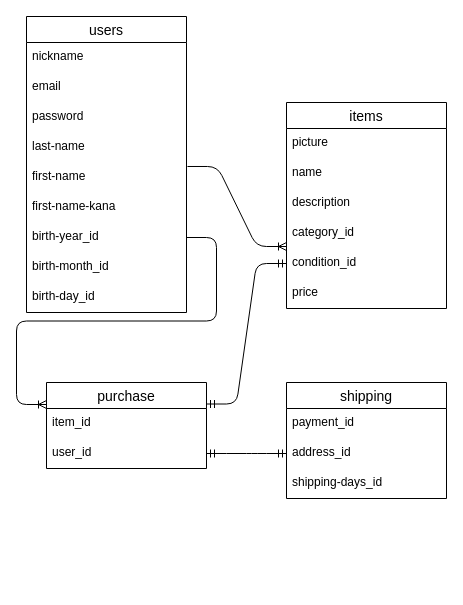
This is app/views/test.dio from misuzuebihara/furima-41478, a draw.io file, before an edit. Source tidied: cells renumbered, new cells numbered last; positions are measured from the earlier drawing's top-left corner, leaving out a move shared by most shapes. Both pictures are drawn from the tidied source at 100%, with x=0, y=0 at pixel (26, 16).
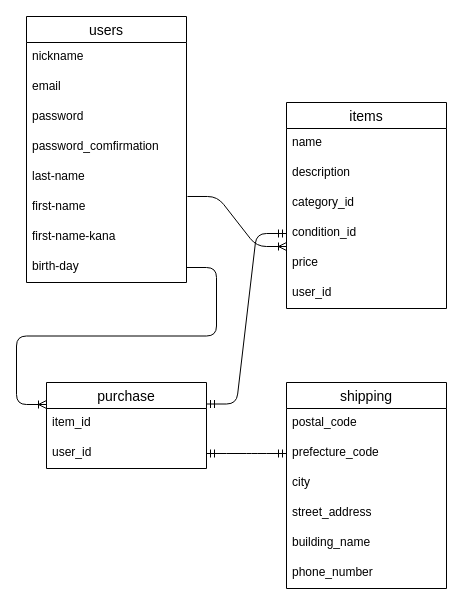
After the change.

The change refers to these unchanged cells:
```xml
<mxCell id="12" value="items" style="swimlane;fontStyle=0;horizontal=1;startSize=26;align=center;fontSize=14;" parent="1" vertex="1">
  <mxGeometry x="260" y="86" width="160" height="206" as="geometry" />
</mxCell>
```

Change to the diagram source:
```diff
@@
     <mxCell id="2" value="users" style="swimlane;fontStyle=0;horizontal=1;startSize=26;align=center;fontSize=14;" parent="1" vertex="1">
-      <mxGeometry width="160" height="296" as="geometry" />
+      <mxGeometry width="160" height="266" as="geometry" />
     </mxCell>
@@
+    <mxCell id="30" value="password_comfirmation" style="text;strokeColor=none;fillColor=none;spacingLeft=4;spacingRight=4;overflow=hidden;fontSize=12;" parent="2" vertex="1">
+      <mxGeometry y="116" width="160" height="30" as="geometry" />
+    </mxCell>
     <mxCell id="6" value="last-name" style="text;strokeColor=none;fillColor=none;spacingLeft=4;spacingRight=4;overflow=hidden;fontSize=12;" parent="2" vertex="1">
-      <mxGeometry y="116" width="160" height="30" as="geometry" />
+      <mxGeometry y="146" width="160" height="30" as="geometry" />
     </mxCell>
     <mxCell id="7" value="first-name" style="text;strokeColor=none;fillColor=none;spacingLeft=4;spacingRight=4;overflow=hidden;points=[[0,0.5],[1,0.5]];portConstraint=eastwest;fontSize=12;" parent="2" vertex="1">
-      <mxGeometry y="146" width="160" height="30" as="geometry" />
+      <mxGeometry y="176" width="160" height="30" as="geometry" />
     </mxCell>
     <mxCell id="8" value="first-name-kana" style="text;strokeColor=none;fillColor=none;spacingLeft=4;spacingRight=4;overflow=hidden;fontSize=12;" parent="2" vertex="1">
-      <mxGeometry y="176" width="160" height="30" as="geometry" />
+      <mxGeometry y="206" width="160" height="30" as="geometry" />
     </mxCell>
-    <mxCell id="9" value="birth-year_id" style="text;strokeColor=none;fillColor=none;spacingLeft=4;spacingRight=4;overflow=hidden;points=[[0,0.5],[1,0.5]];portConstraint=eastwest;fontSize=12;" parent="2" vertex="1">
-      <mxGeometry y="206" width="160" height="30" as="geometry" />
-    </mxCell>
-    <mxCell id="10" value="birth-month_id" style="text;strokeColor=none;fillColor=none;spacingLeft=4;spacingRight=4;overflow=hidden;fontSize=12;" parent="2" vertex="1">
-      <mxGeometry y="236" width="160" height="30" as="geometry" />
-    </mxCell>
-    <mxCell id="11" value="birth-day_id" style="text;strokeColor=none;fillColor=none;spacingLeft=4;spacingRight=4;overflow=hidden;fontSize=12;" parent="2" vertex="1">
-      <mxGeometry y="266" width="160" height="30" as="geometry" />
+    <mxCell id="11" value="birth-day" style="text;strokeColor=none;fillColor=none;spacingLeft=4;spacingRight=4;overflow=hidden;fontSize=12;" parent="2" vertex="1">
+      <mxGeometry y="236" width="160" height="30" as="geometry" />
     </mxCell>
@@
-    <mxCell id="13" value="picture" style="text;strokeColor=none;fillColor=none;spacingLeft=4;spacingRight=4;overflow=hidden;fontSize=12;" parent="12" vertex="1">
-      <mxGeometry y="26" width="160" height="30" as="geometry" />
-    </mxCell>
     <mxCell id="14" value="name" style="text;strokeColor=none;fillColor=none;spacingLeft=4;spacingRight=4;overflow=hidden;fontSize=12;" parent="12" vertex="1">
-      <mxGeometry y="56" width="160" height="30" as="geometry" />
+      <mxGeometry y="26" width="160" height="30" as="geometry" />
     </mxCell>
     <mxCell id="15" value="description" style="text;strokeColor=none;fillColor=none;spacingLeft=4;spacingRight=4;overflow=hidden;fontSize=12;" parent="12" vertex="1">
-      <mxGeometry y="86" width="160" height="30" as="geometry" />
+      <mxGeometry y="56" width="160" height="30" as="geometry" />
     </mxCell>
     <mxCell id="16" value="category_id" style="text;strokeColor=none;fillColor=none;spacingLeft=4;spacingRight=4;overflow=hidden;fontSize=12;" parent="12" vertex="1">
-      <mxGeometry y="116" width="160" height="30" as="geometry" />
+      <mxGeometry y="86" width="160" height="30" as="geometry" />
     </mxCell>
     <mxCell id="17" value="condition_id" style="text;strokeColor=none;fillColor=none;spacingLeft=4;spacingRight=4;overflow=hidden;points=[[0,0.5],[1,0.5]];portConstraint=eastwest;fontSize=12;" parent="12" vertex="1">
-      <mxGeometry y="146" width="160" height="30" as="geometry" />
+      <mxGeometry y="116" width="160" height="30" as="geometry" />
     </mxCell>
     <mxCell id="18" value="price" style="text;strokeColor=none;fillColor=none;spacingLeft=4;spacingRight=4;overflow=hidden;fontSize=12;" parent="12" vertex="1">
-      <mxGeometry y="176" width="160" height="30" as="geometry" />
+      <mxGeometry y="146" width="160" height="30" as="geometry" />
     </mxCell>
+    <mxCell id="31" value="user_id" style="text;strokeColor=none;fillColor=none;spacingLeft=4;spacingRight=4;overflow=hidden;fontSize=12;" parent="12" vertex="1">
+      <mxGeometry y="176" width="160" height="30" as="geometry" />
+    </mxCell>
@@
     <mxCell id="22" value="shipping" style="swimlane;fontStyle=0;horizontal=1;startSize=26;align=center;fontSize=14;" parent="1" vertex="1">
-      <mxGeometry x="260" y="366" width="160" height="116" as="geometry" />
+      <mxGeometry x="260" y="366" width="160" height="206" as="geometry" />
     </mxCell>
-    <mxCell id="23" value="payment_id" style="text;strokeColor=none;fillColor=none;spacingLeft=4;spacingRight=4;overflow=hidden;fontSize=12;" parent="22" vertex="1">
+    <mxCell id="23" value="postal_code" style="text;strokeColor=none;fillColor=none;spacingLeft=4;spacingRight=4;overflow=hidden;fontSize=12;" parent="22" vertex="1">
       <mxGeometry y="26" width="160" height="30" as="geometry" />
     </mxCell>
-    <mxCell id="24" value="address_id" style="text;strokeColor=none;fillColor=none;spacingLeft=4;spacingRight=4;overflow=hidden;points=[[0,0.5],[1,0.5]];portConstraint=eastwest;fontSize=12;" parent="22" vertex="1">
+    <mxCell id="24" value="prefecture_code" style="text;strokeColor=none;fillColor=none;spacingLeft=4;spacingRight=4;overflow=hidden;points=[[0,0.5],[1,0.5]];portConstraint=eastwest;fontSize=12;" parent="22" vertex="1">
       <mxGeometry y="56" width="160" height="30" as="geometry" />
     </mxCell>
-    <mxCell id="25" value="shipping-days_id" style="text;strokeColor=none;fillColor=none;spacingLeft=4;spacingRight=4;overflow=hidden;fontSize=12;" parent="22" vertex="1">
+    <mxCell id="25" value="city" style="text;strokeColor=none;fillColor=none;spacingLeft=4;spacingRight=4;overflow=hidden;fontSize=12;" parent="22" vertex="1">
       <mxGeometry y="86" width="160" height="30" as="geometry" />
     </mxCell>
+    <mxCell id="32" value="street_address" style="text;strokeColor=none;fillColor=none;spacingLeft=4;spacingRight=4;overflow=hidden;fontSize=12;" parent="22" vertex="1">
+      <mxGeometry y="116" width="160" height="30" as="geometry" />
+    </mxCell>
+    <mxCell id="33" value="building_name" style="text;strokeColor=none;fillColor=none;spacingLeft=4;spacingRight=4;overflow=hidden;fontSize=12;" parent="22" vertex="1">
+      <mxGeometry y="146" width="160" height="30" as="geometry" />
+    </mxCell>
+    <mxCell id="34" value="phone_number" style="text;strokeColor=none;fillColor=none;spacingLeft=4;spacingRight=4;overflow=hidden;fontSize=12;" parent="22" vertex="1">
+      <mxGeometry y="176" width="160" height="30" as="geometry" />
+    </mxCell>
@@
-    <mxCell id="28" style="edgeStyle=entityRelationEdgeStyle;fontSize=12;html=1;endArrow=ERoneToMany;exitX=1;exitY=0.5;exitDx=0;exitDy=0;" parent="1" edge="1" source="9">
+    <mxCell id="28" style="edgeStyle=entityRelationEdgeStyle;fontSize=12;html=1;endArrow=ERoneToMany;exitX=1;exitY=0.5;exitDx=0;exitDy=0;" parent="1" edge="1">
       <mxGeometry relative="1" as="geometry">
+        <mxPoint x="160" y="251" as="sourcePoint" />
         <mxPoint x="20" y="388" as="targetPoint" />
       </mxGeometry>
     </mxCell>
```
